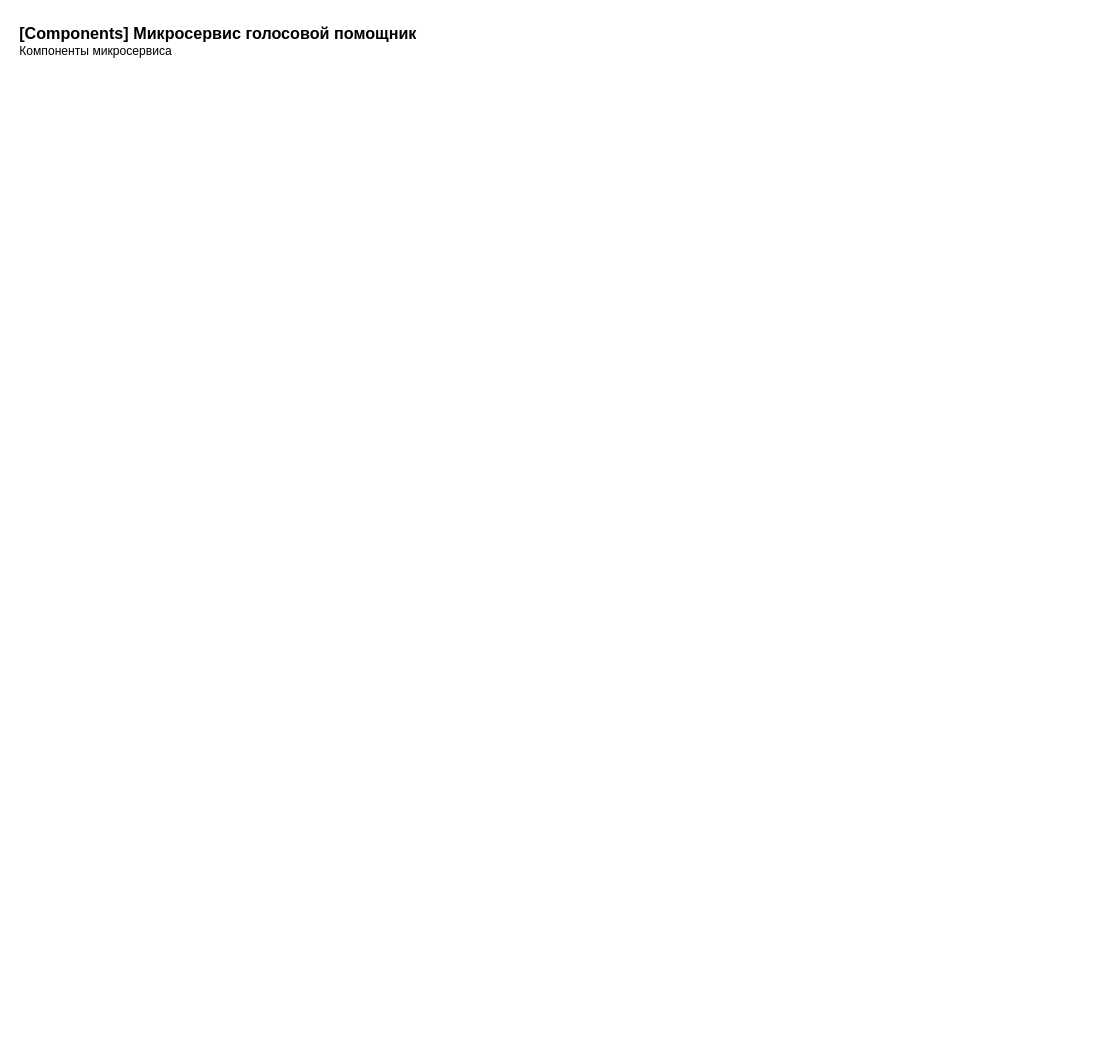
This is page "Components" (5 of 5) of docs/assistant.drawio from mkosinov/practicum_graduate_work, a draw.io file, before an edit. Source tidied: cells renumbered, new cells numbered last; positions are measured from the earlier drawing's top-left corner, leaving out a move shared by most shapes. Both pictures are drawn from the tidied source at 101%, with x=0, y=0 at pixel (17, 17).
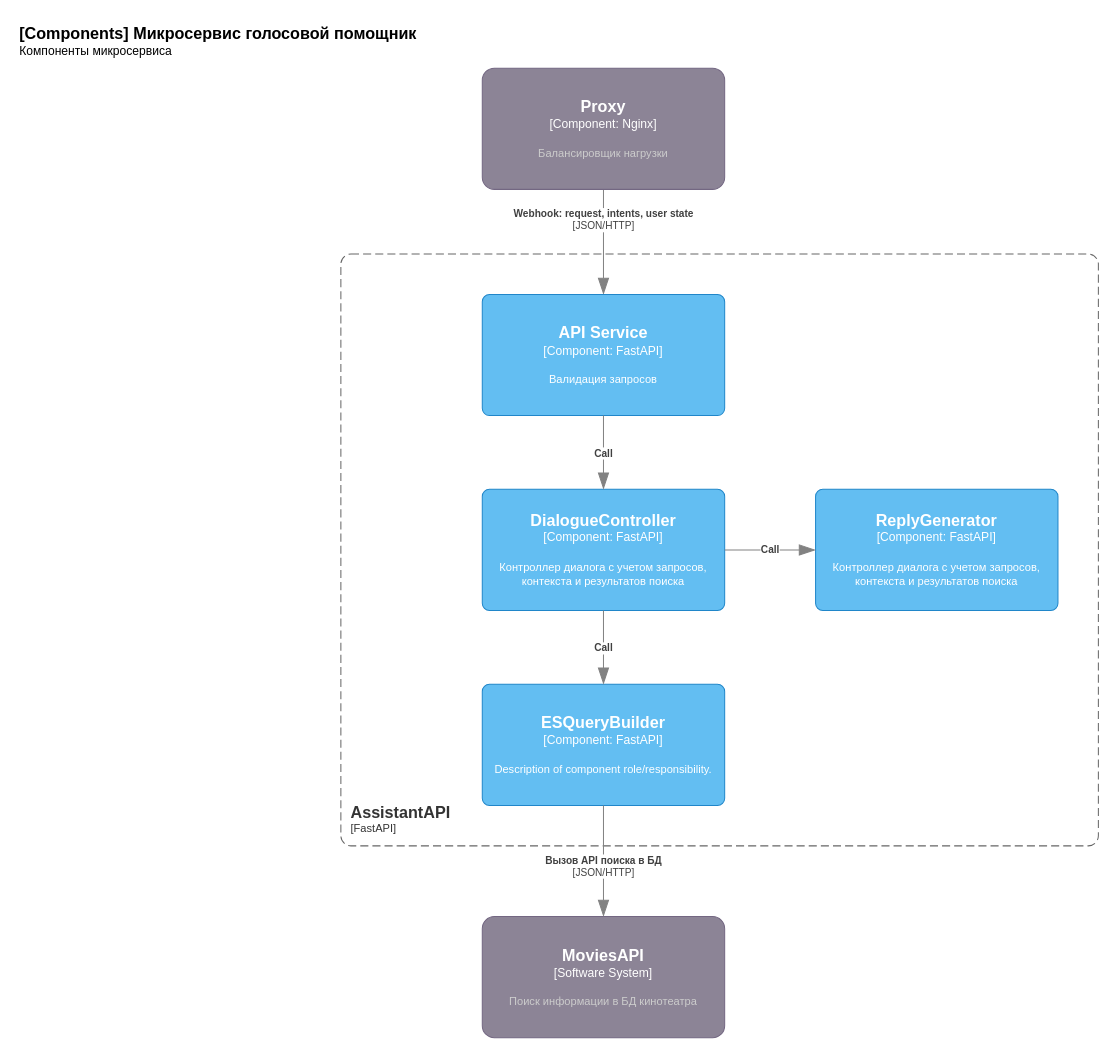
The same page after the edit.

What changed in the source:
```diff
@@
+    <object id="3" label="&lt;font style=&quot;font-size: 16px&quot;&gt;&lt;b&gt;&lt;div style=&quot;text-align: left&quot;&gt;%c4Name%&lt;/div&gt;&lt;/b&gt;&lt;/font&gt;&lt;div style=&quot;text-align: left&quot;&gt;[%c4Application%]&lt;/div&gt;" c4Application="FastAPI" c4Name="AssistantAPI" placeholders="1">
+      <mxCell style="rounded=1;fontSize=11;whiteSpace=wrap;html=1;dashed=1;arcSize=20;fillColor=none;strokeColor=#666666;fontColor=#333333;labelBackgroundColor=none;align=left;verticalAlign=bottom;labelBorderColor=none;spacingTop=0;spacing=10;dashPattern=8 4;perimeter=rectanglePerimeter;noLabel=0;labelPadding=0;absoluteArcSize=1;" parent="1" vertex="1">
+        <mxGeometry x="320" y="234" width="750" height="586" as="geometry" />
+      </mxCell>
+    </object>
+    <object id="4" label="&lt;div style=&quot;text-align: left&quot;&gt;&lt;div style=&quot;text-align: center&quot;&gt;&lt;b&gt;%c4Description%&lt;/b&gt;&lt;/div&gt;&lt;div style=&quot;text-align: center&quot;&gt;[%c4Technology%]&lt;/div&gt;&lt;/div&gt;" c4Description="Webhook: request, intents, user state" c4Technology="JSON/HTTP" placeholders="1">
+      <mxCell style="endArrow=blockThin;html=1;fontSize=10;fontColor=#404040;strokeWidth=1;endFill=1;strokeColor=#828282;elbow=vertical;endSize=14;startSize=14;jumpStyle=arc;jumpSize=16;rounded=0;edgeStyle=orthogonalEdgeStyle;entryX=0.5;entryY=0;entryDx=0;entryDy=0;entryPerimeter=0;startArrow=none;startFill=0;" parent="1" edge="1" source="14">
+        <mxGeometry x="-0.43" relative="1" as="geometry">
+          <mxPoint x="580" y="274" as="targetPoint" />
+        </mxGeometry>
+      </mxCell>
+    </object>
+    <object id="5" label="&lt;font style=&quot;font-size: 16px&quot;&gt;&lt;b&gt;%c4Name%&lt;/b&gt;&lt;/font&gt;&lt;div&gt;[%c4Type%]&lt;/div&gt;&lt;br&gt;&lt;div&gt;&lt;font style=&quot;font-size: 11px&quot;&gt;&lt;font color=&quot;#cccccc&quot;&gt;%c4Description%&lt;/font&gt;&lt;/div&gt;" c4Description="Поиск информации в БД кинотеатра" c4Name="MoviesAPI" c4Type="Software System" placeholders="1">
+      <mxCell style="rounded=1;whiteSpace=wrap;html=1;labelBackgroundColor=none;fillColor=#8C8496;fontColor=#ffffff;align=center;arcSize=10;strokeColor=#736782;points=[[0.25,0,0],[0.5,0,0],[0.75,0,0],[1,0.25,0],[1,0.5,0],[1,0.75,0],[0.75,1,0],[0.5,1,0],[0.25,1,0],[0,0.75,0],[0,0.5,0],[0,0.25,0]];" parent="1" vertex="1">
+        <mxGeometry x="460" y="890" width="240" height="120" as="geometry" />
+      </mxCell>
+    </object>
+    <object id="6" label="&lt;font style=&quot;font-size: 16px&quot;&gt;&lt;b&gt;%c4Name%&lt;/b&gt;&lt;/font&gt;&lt;div&gt;[%c4Type%: %c4Technology%]&lt;/div&gt;&lt;br&gt;&lt;div&gt;&lt;font style=&quot;font-size: 11px&quot;&gt;%c4Description%&lt;/font&gt;&lt;/div&gt;" c4Description="Валидация запросов" c4Name="API Service" c4Technology="FastAPI" c4Type="Component" placeholders="1">
+      <mxCell style="rounded=1;whiteSpace=wrap;html=1;labelBackgroundColor=none;fillColor=#63BEF2;fontColor=#ffffff;align=center;arcSize=6;strokeColor=#2086C9;points=[[0.25,0,0],[0.5,0,0],[0.75,0,0],[1,0.25,0],[1,0.5,0],[1,0.75,0],[0.75,1,0],[0.5,1,0],[0.25,1,0],[0,0.75,0],[0,0.5,0],[0,0.25,0]];" parent="1" vertex="1">
+        <mxGeometry x="460" y="274" width="240" height="120" as="geometry" />
+      </mxCell>
+    </object>
+    <object id="7" label="&lt;font style=&quot;font-size: 16px&quot;&gt;&lt;b&gt;%c4Name%&lt;/b&gt;&lt;/font&gt;&lt;div&gt;[%c4Type%: %c4Technology%]&lt;/div&gt;&lt;br&gt;&lt;div&gt;&lt;font style=&quot;font-size: 11px&quot;&gt;%c4Description%&lt;/font&gt;&lt;/div&gt;" c4Description="Description of component role/responsibility." c4Name="ESQueryBuilder" c4Technology="FastAPI" c4Type="Component" placeholders="1">
+      <mxCell style="rounded=1;whiteSpace=wrap;html=1;labelBackgroundColor=none;fillColor=#63BEF2;fontColor=#ffffff;align=center;arcSize=6;strokeColor=#2086C9;points=[[0.25,0,0],[0.5,0,0],[0.75,0,0],[1,0.25,0],[1,0.5,0],[1,0.75,0],[0.75,1,0],[0.5,1,0],[0.25,1,0],[0,0.75,0],[0,0.5,0],[0,0.25,0]];" parent="1" vertex="1">
+        <mxGeometry x="460" y="660" width="240" height="120" as="geometry" />
+      </mxCell>
+    </object>
+    <object id="8" label="&lt;font style=&quot;font-size: 16px&quot;&gt;&lt;b&gt;%c4Name%&lt;/b&gt;&lt;/font&gt;&lt;div&gt;[%c4Type%: %c4Technology%]&lt;/div&gt;&lt;br&gt;&lt;div&gt;&lt;font style=&quot;font-size: 11px&quot;&gt;%c4Description%&lt;/font&gt;&lt;/div&gt;" c4Description="Контроллер диалога с учетом запросов, контекста и результатов поиска" c4Name="DialogueController" c4Technology="FastAPI" c4Type="Component" placeholders="1">
+      <mxCell style="rounded=1;whiteSpace=wrap;html=1;labelBackgroundColor=none;fillColor=#63BEF2;fontColor=#ffffff;align=center;arcSize=6;strokeColor=#2086C9;points=[[0.25,0,0],[0.5,0,0],[0.75,0,0],[1,0.25,0],[1,0.5,0],[1,0.75,0],[0.75,1,0],[0.5,1,0],[0.25,1,0],[0,0.75,0],[0,0.5,0],[0,0.25,0]];" parent="1" vertex="1">
+        <mxGeometry x="460" y="467" width="240" height="120" as="geometry" />
+      </mxCell>
+    </object>
+    <object id="9" label="&lt;div style=&quot;text-align: left&quot;&gt;&lt;div style=&quot;text-align: center&quot;&gt;&lt;b&gt;%c4Description%&lt;/b&gt;&lt;/div&gt;" c4Description="Call" placeholders="1">
+      <mxCell style="endArrow=blockThin;html=1;fontSize=10;fontColor=#404040;strokeWidth=1;endFill=1;strokeColor=#828282;elbow=vertical;endSize=14;startSize=14;jumpStyle=arc;jumpSize=16;rounded=0;edgeStyle=orthogonalEdgeStyle;exitX=0.5;exitY=1;exitDx=0;exitDy=0;exitPerimeter=0;entryX=0.5;entryY=0;entryDx=0;entryDy=0;entryPerimeter=0;startArrow=none;startFill=0;" parent="1" edge="1" source="6" target="8">
+        <mxGeometry relative="1" as="geometry" />
+      </mxCell>
+    </object>
+    <object id="10" label="&lt;div style=&quot;text-align: left&quot;&gt;&lt;div style=&quot;text-align: center&quot;&gt;&lt;b&gt;%c4Description%&lt;/b&gt;&lt;/div&gt;" c4Description="Call" placeholders="1">
+      <mxCell style="endArrow=blockThin;html=1;fontSize=10;fontColor=#404040;strokeWidth=1;endFill=1;strokeColor=#828282;elbow=vertical;endSize=14;startSize=14;jumpStyle=arc;jumpSize=16;rounded=0;edgeStyle=orthogonalEdgeStyle;exitX=0.5;exitY=1;exitDx=0;exitDy=0;exitPerimeter=0;entryX=0.5;entryY=0;entryDx=0;entryDy=0;entryPerimeter=0;" parent="1" edge="1" source="8" target="7">
+        <mxGeometry relative="1" as="geometry">
+          <Array as="points">
+            <mxPoint x="580" y="600" />
+            <mxPoint x="580" y="600" />
+          </Array>
+        </mxGeometry>
+      </mxCell>
+    </object>
+    <object id="11" label="&lt;div style=&quot;text-align: left&quot;&gt;&lt;div style=&quot;text-align: center&quot;&gt;&lt;b&gt;%c4Description%&lt;/b&gt;&lt;/div&gt;&lt;div style=&quot;text-align: center&quot;&gt;[%c4Technology%]&lt;/div&gt;&lt;/div&gt;" c4Description="Вызов API поиска в БД" c4Technology="JSON/HTTP" placeholders="1">
+      <mxCell style="endArrow=blockThin;html=1;fontSize=10;fontColor=#404040;strokeWidth=1;endFill=1;strokeColor=#828282;elbow=vertical;endSize=14;startSize=14;jumpStyle=arc;jumpSize=16;rounded=0;edgeStyle=orthogonalEdgeStyle;exitX=0.5;exitY=1;exitDx=0;exitDy=0;exitPerimeter=0;entryX=0.5;entryY=0;entryDx=0;entryDy=0;entryPerimeter=0;" parent="1" edge="1" source="7" target="5">
+        <mxGeometry x="0.09" relative="1" as="geometry" />
+      </mxCell>
+    </object>
+    <object id="12" label="&lt;font style=&quot;font-size: 16px&quot;&gt;&lt;b&gt;%c4Name%&lt;/b&gt;&lt;/font&gt;&lt;div&gt;[%c4Type%: %c4Technology%]&lt;/div&gt;&lt;br&gt;&lt;div&gt;&lt;font style=&quot;font-size: 11px&quot;&gt;%c4Description%&lt;/font&gt;&lt;/div&gt;" c4Description="Контроллер диалога с учетом запросов, контекста и результатов поиска" c4Name="ReplyGenerator" c4Technology="FastAPI" c4Type="Component" placeholders="1">
+      <mxCell style="rounded=1;whiteSpace=wrap;html=1;labelBackgroundColor=none;fillColor=#63BEF2;fontColor=#ffffff;align=center;arcSize=6;strokeColor=#2086C9;points=[[0.25,0,0],[0.5,0,0],[0.75,0,0],[1,0.25,0],[1,0.5,0],[1,0.75,0],[0.75,1,0],[0.5,1,0],[0.25,1,0],[0,0.75,0],[0,0.5,0],[0,0.25,0]];" parent="1" vertex="1">
+        <mxGeometry x="790" y="467" width="240" height="120" as="geometry" />
+      </mxCell>
+    </object>
+    <object id="13" label="&lt;div style=&quot;text-align: left&quot;&gt;&lt;div style=&quot;text-align: center&quot;&gt;&lt;b&gt;%c4Description%&lt;/b&gt;&lt;/div&gt;" c4Description="Call" placeholders="1">
+      <mxCell style="endArrow=blockThin;html=1;fontSize=10;fontColor=#404040;strokeWidth=1;endFill=1;strokeColor=#828282;elbow=vertical;endSize=14;startSize=14;jumpStyle=arc;jumpSize=16;rounded=0;edgeStyle=orthogonalEdgeStyle;exitX=1;exitY=0.5;exitDx=0;exitDy=0;exitPerimeter=0;entryX=0;entryY=0.5;entryDx=0;entryDy=0;entryPerimeter=0;" parent="1" edge="1" source="8" target="12">
+        <mxGeometry relative="1" as="geometry">
+          <Array as="points">
+            <mxPoint x="790" y="527" />
+            <mxPoint x="790" y="527" />
+          </Array>
+        </mxGeometry>
+      </mxCell>
+    </object>
+    <object id="14" label="&lt;font style=&quot;font-size: 16px&quot;&gt;&lt;b&gt;%c4Name%&lt;/b&gt;&lt;/font&gt;&lt;div&gt;[%c4Type%]&lt;/div&gt;&lt;br&gt;&lt;div&gt;&lt;font style=&quot;font-size: 11px&quot;&gt;&lt;font color=&quot;#cccccc&quot;&gt;%c4Description%&lt;/font&gt;&lt;/div&gt;" c4Description="Балансировщик нагрузки" c4Name="Proxy" c4Type="Component: Nginx" placeholders="1">
+      <mxCell style="rounded=1;whiteSpace=wrap;html=1;labelBackgroundColor=none;fillColor=#8C8496;fontColor=#ffffff;align=center;arcSize=10;strokeColor=#736782;points=[[0.25,0,0],[0.5,0,0],[0.75,0,0],[1,0.25,0],[1,0.5,0],[1,0.75,0],[0.75,1,0],[0.5,1,0],[0.25,1,0],[0,0.75,0],[0,0.5,0],[0,0.25,0]];" parent="1" vertex="1">
+        <mxGeometry x="460" y="50" width="240" height="120" as="geometry" />
+      </mxCell>
+    </object>
```
